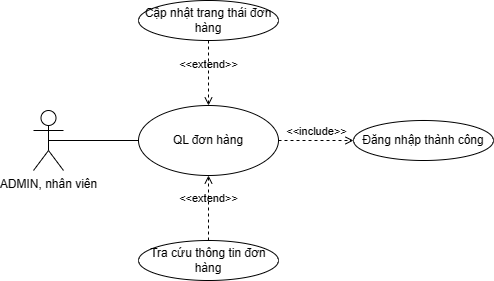
hieuNV0871/da keeps this draw.io diagram as UC/imgs/UC_QUANLYDONHANG.drawio.png. Above is the earlier version. Source tidied: cells renumbered, new cells last; positions are measured from the earlier drawing's top-left corner, leaving out a move shared by most shapes.
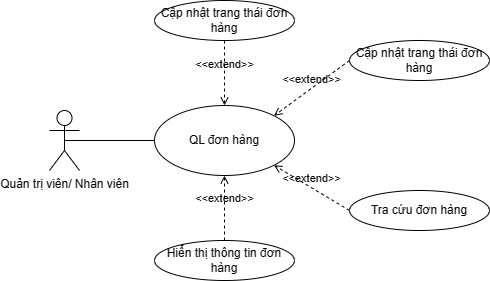
The same diagram one commit later.

Change to the diagram source:
```diff
@@ -2,32 +2,38 @@
   <root>
     <mxCell id="0" />
     <mxCell id="1" parent="0" />
-    <mxCell id="2" value="ADMIN, nhân viên" style="shape=umlActor;verticalLabelPosition=bottom;verticalAlign=top;html=1;" parent="1" vertex="1">
+    <mxCell id="2" value="Quản trị viên/ Nhân viên" style="shape=umlActor;verticalLabelPosition=bottom;verticalAlign=top;html=1;" parent="1" vertex="1">
       <mxGeometry y="110" width="30" height="60" as="geometry" />
     </mxCell>
     <mxCell id="3" value="QL đơn hàng" style="ellipse;whiteSpace=wrap;html=1;" parent="1" vertex="1">
       <mxGeometry x="105" y="105" width="140" height="70" as="geometry" />
     </mxCell>
-    <mxCell id="4" value="Đăng nhập thành công" style="ellipse;whiteSpace=wrap;html=1;" parent="1" vertex="1">
-      <mxGeometry x="320" y="120" width="140" height="40" as="geometry" />
-    </mxCell>
     <mxCell id="5" value="Cập nhật trang thái đơn hàng" style="ellipse;whiteSpace=wrap;html=1;" parent="1" vertex="1">
       <mxGeometry x="105" width="140" height="40" as="geometry" />
     </mxCell>
     <mxCell id="6" value="&amp;lt;&amp;lt;extend&amp;gt;&amp;gt;" style="html=1;verticalAlign=bottom;labelBackgroundColor=none;endArrow=open;endFill=0;dashed=1;rounded=0;entryX=0.5;entryY=0;entryDx=0;entryDy=0;exitX=0.5;exitY=1;exitDx=0;exitDy=0;" parent="1" edge="1" source="5" target="3">
       <mxGeometry relative="1" as="geometry" />
     </mxCell>
-    <mxCell id="7" value="&amp;lt;&amp;lt;include&amp;gt;&amp;gt;" style="html=1;verticalAlign=bottom;labelBackgroundColor=none;endArrow=open;endFill=0;dashed=1;rounded=0;exitX=1;exitY=0.5;exitDx=0;exitDy=0;entryX=0;entryY=0.5;entryDx=0;entryDy=0;entryPerimeter=0;" parent="1" edge="1" source="3" target="4">
-      <mxGeometry relative="1" as="geometry" />
-    </mxCell>
     <mxCell id="8" style="endArrow=none;html=1;rounded=0;exitX=0.5;exitY=0.5;exitDx=0;exitDy=0;exitPerimeter=0;entryX=0;entryY=0.5;entryDx=0;entryDy=0;" parent="1" edge="1" source="2" target="3">
       <mxGeometry relative="1" as="geometry" />
     </mxCell>
-    <mxCell id="9" value="Tra cứu thông tin đơn hàng" style="ellipse;whiteSpace=wrap;html=1;" parent="1" vertex="1">
+    <mxCell id="9" value="Hiển thị thông tin đơn hàng" style="ellipse;whiteSpace=wrap;html=1;" parent="1" vertex="1">
       <mxGeometry x="105" y="240" width="140" height="40" as="geometry" />
     </mxCell>
     <mxCell id="10" value="&amp;lt;&amp;lt;extend&amp;gt;&amp;gt;" style="html=1;verticalAlign=bottom;labelBackgroundColor=none;endArrow=open;endFill=0;dashed=1;rounded=0;entryX=0.5;entryY=1;entryDx=0;entryDy=0;exitX=0.5;exitY=0;exitDx=0;exitDy=0;" parent="1" edge="1" source="9" target="3">
       <mxGeometry relative="1" as="geometry" />
     </mxCell>
+    <mxCell id="11" value="Tra cứu đơn hàng" style="ellipse;whiteSpace=wrap;html=1;" parent="1" vertex="1">
+      <mxGeometry x="300" y="190" width="140" height="40" as="geometry" />
+    </mxCell>
+    <mxCell id="12" value="&amp;lt;&amp;lt;extend&amp;gt;&amp;gt;" style="html=1;verticalAlign=bottom;labelBackgroundColor=none;endArrow=open;endFill=0;dashed=1;rounded=0;entryX=1;entryY=1;entryDx=0;entryDy=0;exitX=0;exitY=0.5;exitDx=0;exitDy=0;" parent="1" edge="1" source="11" target="3">
+      <mxGeometry relative="1" as="geometry" />
+    </mxCell>
+    <mxCell id="13" value="Cập nhật trang thái đơn hàng" style="ellipse;whiteSpace=wrap;html=1;" parent="1" vertex="1">
+      <mxGeometry x="300" y="40" width="140" height="40" as="geometry" />
+    </mxCell>
+    <mxCell id="14" value="&amp;lt;&amp;lt;extend&amp;gt;&amp;gt;" style="html=1;verticalAlign=bottom;labelBackgroundColor=none;endArrow=open;endFill=0;dashed=1;rounded=0;entryX=1;entryY=0;entryDx=0;entryDy=0;exitX=0;exitY=0.5;exitDx=0;exitDy=0;" parent="1" edge="1" source="13" target="3">
+      <mxGeometry relative="1" as="geometry" />
+    </mxCell>
   </root>
 </mxGraphModel>
```
